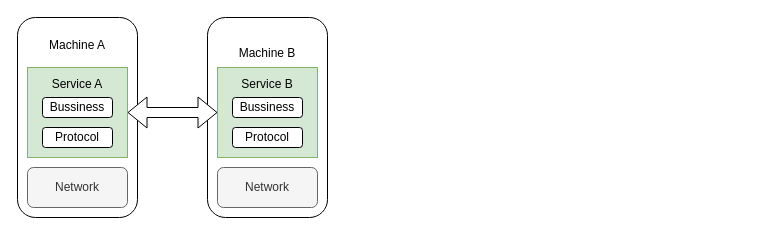
Before: mesh.drawio in dongbin/RocAlphaGo, a draw.io diagram. Source tidied: cells renumbered, new cells numbered last; positions are measured from the earlier drawing's top-left corner, leaving out a move shared by most shapes. Both pictures are drawn from the tidied source at 100%, with x=0, y=0 at pixel (17, 17).
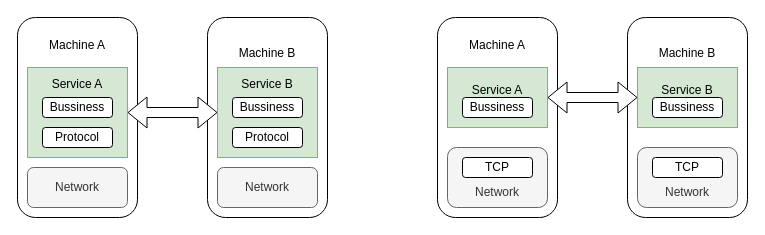
The same page after the edit.

Change to the diagram source:
```diff
@@
+    <mxCell id="13" value="Machine A&lt;br&gt;&lt;br&gt;&lt;br&gt;&lt;br&gt;&lt;br&gt;&lt;br&gt;&lt;br&gt;&lt;br&gt;&lt;br&gt;&lt;br&gt;&lt;br&gt;" style="rounded=1;whiteSpace=wrap;html=1;" parent="1" vertex="1">
+      <mxGeometry x="420" width="120" height="200" as="geometry" />
+    </mxCell>
+    <mxCell id="14" value="Service A&lt;br&gt;&lt;br&gt;" style="rounded=0;whiteSpace=wrap;html=1;fillColor=#d5e8d4;strokeColor=#82b366;" parent="1" vertex="1">
+      <mxGeometry x="430" y="50" width="100" height="60" as="geometry" />
+    </mxCell>
+    <mxCell id="15" value="Bussiness" style="rounded=1;whiteSpace=wrap;html=1;" parent="1" vertex="1">
+      <mxGeometry x="445" y="80" width="70" height="20" as="geometry" />
+    </mxCell>
+    <mxCell id="16" value="&lt;br&gt;&lt;br&gt;Network" style="rounded=1;whiteSpace=wrap;html=1;fillColor=#f5f5f5;strokeColor=#666666;fontColor=#333333;" parent="1" vertex="1">
+      <mxGeometry x="430" y="130" width="100" height="60" as="geometry" />
+    </mxCell>
+    <mxCell id="17" value="TCP" style="rounded=1;whiteSpace=wrap;html=1;" parent="1" vertex="1">
+      <mxGeometry x="445" y="140" width="70" height="20" as="geometry" />
+    </mxCell>
+    <mxCell id="18" value="Machine B&lt;br&gt;&lt;br&gt;&lt;br&gt;&lt;br&gt;&lt;br&gt;&lt;br&gt;&lt;br&gt;&lt;br&gt;&lt;br&gt;&lt;br&gt;" style="rounded=1;whiteSpace=wrap;html=1;" parent="1" vertex="1">
+      <mxGeometry x="610" width="120" height="200" as="geometry" />
+    </mxCell>
+    <mxCell id="19" value="Service B&lt;br&gt;&lt;br&gt;" style="rounded=0;whiteSpace=wrap;html=1;fillColor=#d5e8d4;strokeColor=#82b366;" parent="1" vertex="1">
+      <mxGeometry x="620" y="50" width="100" height="60" as="geometry" />
+    </mxCell>
+    <mxCell id="20" value="Bussiness" style="rounded=1;whiteSpace=wrap;html=1;" parent="1" vertex="1">
+      <mxGeometry x="635" y="80" width="70" height="20" as="geometry" />
+    </mxCell>
+    <mxCell id="21" value="&lt;br&gt;&lt;br&gt;Network" style="rounded=1;whiteSpace=wrap;html=1;fillColor=#f5f5f5;strokeColor=#666666;fontColor=#333333;" parent="1" vertex="1">
+      <mxGeometry x="620" y="130" width="100" height="60" as="geometry" />
+    </mxCell>
+    <mxCell id="22" value="TCP" style="rounded=1;whiteSpace=wrap;html=1;" parent="1" vertex="1">
+      <mxGeometry x="635" y="140" width="70" height="20" as="geometry" />
+    </mxCell>
+    <mxCell id="23" style="shape=flexArrow;endArrow=classic;startArrow=classic;html=1;entryX=0;entryY=0.5;entryDx=0;entryDy=0;exitX=1;exitY=0.5;exitDx=0;exitDy=0;shadow=0;comic=0;fillColor=#ffffff;" parent="1" edge="1" source="14" target="19">
+      <mxGeometry relative="1" as="geometry" />
+    </mxCell>
```
